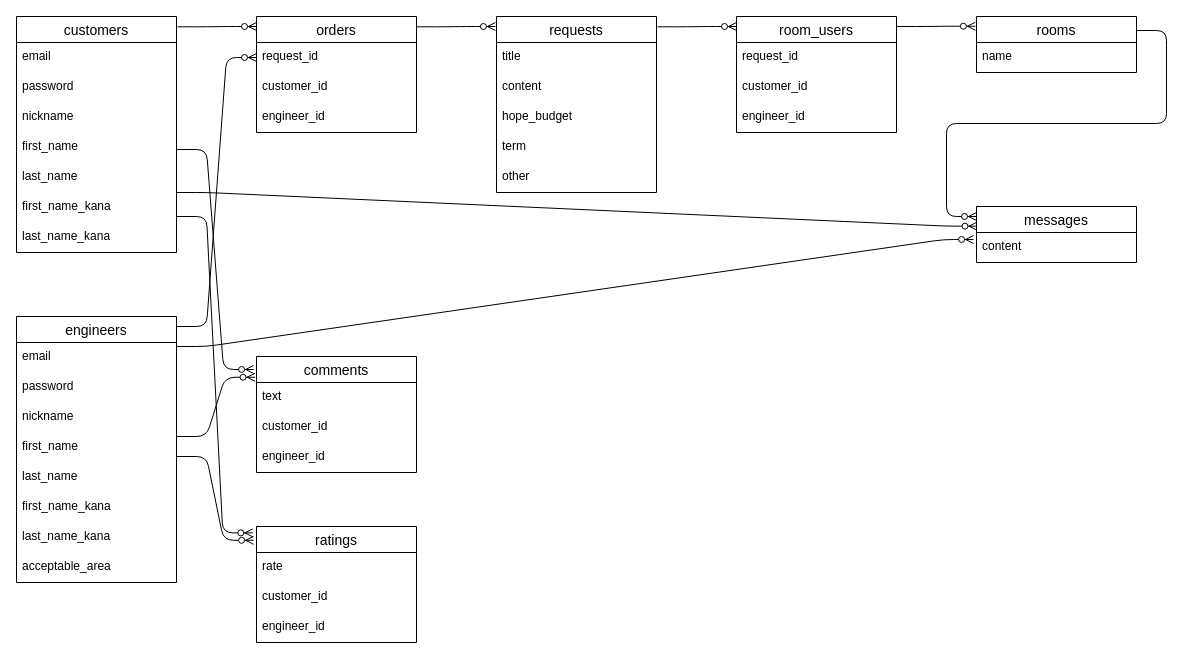
Above: er.dio in ikun2019/exece_bridge (draw.io), before the change. Source tidied: cells renumbered, new cells numbered last; positions are measured from the earlier drawing's top-left corner, leaving out a move shared by most shapes. Both pictures are drawn from the tidied source at 100%, with x=0, y=0 at pixel (16, 16).
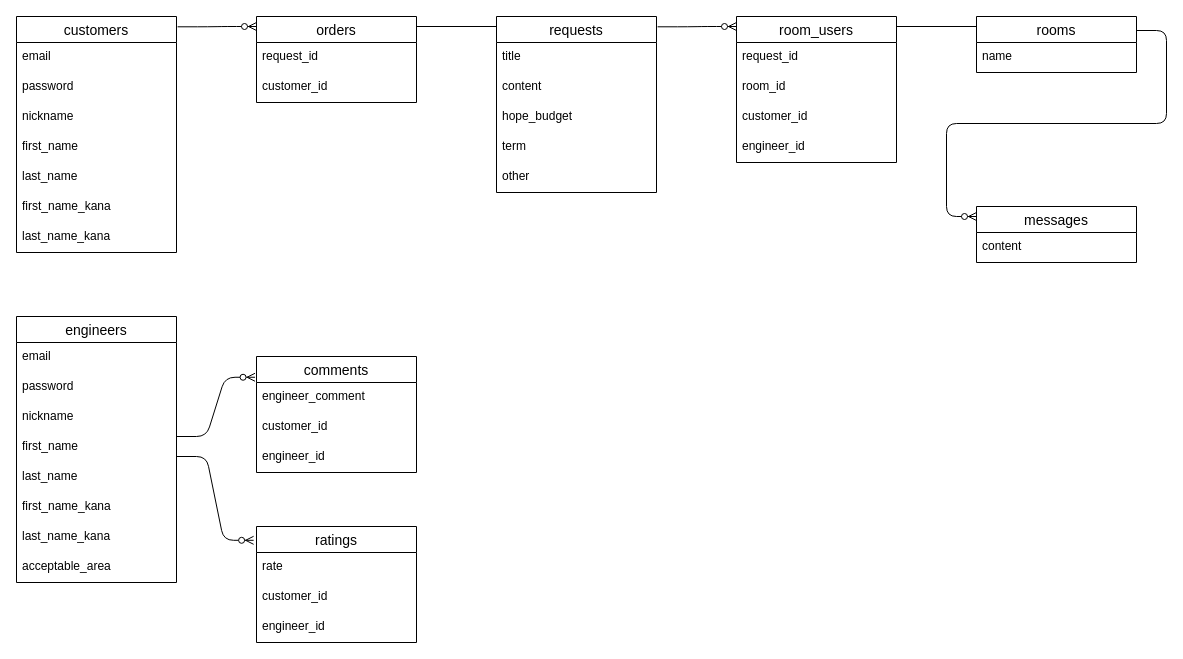
After the change.

Commit message (it also covers changes not shown here):
readmeの作成とER図の修正

Unchanged cells that the change refers to:
```xml
<mxCell id="19" value="ratings" style="swimlane;fontStyle=0;horizontal=1;startSize=26;align=center;fontSize=14;" parent="1" vertex="1">
  <mxGeometry x="240" y="510" width="160" height="116" as="geometry" />
</mxCell>
<mxCell id="24" value="comments" style="swimlane;fontStyle=0;horizontal=1;startSize=26;align=center;fontSize=14;" parent="1" vertex="1">
  <mxGeometry x="240" y="340" width="160" height="116" as="geometry" />
</mxCell>
<mxCell id="39" value="rooms" style="swimlane;fontStyle=0;horizontal=1;startSize=26;align=center;fontSize=14;" parent="1" vertex="1">
  <mxGeometry x="960" width="160" height="56" as="geometry" />
</mxCell>
<mxCell id="44" value="messages" style="swimlane;fontStyle=0;horizontal=1;startSize=26;align=center;fontSize=14;" parent="1" vertex="1">
  <mxGeometry x="960" y="190" width="160" height="56" as="geometry" />
</mxCell>
<mxCell id="45" value="content" style="text;strokeColor=none;fillColor=none;spacingLeft=4;spacingRight=4;overflow=hidden;points=[[0,0.5],[1,0.5]];portConstraint=eastwest;fontSize=12;" parent="44" vertex="1">
  <mxGeometry y="26" width="160" height="30" as="geometry" />
</mxCell>
<mxCell id="48" value="request_id" style="text;strokeColor=none;fillColor=none;spacingLeft=4;spacingRight=4;overflow=hidden;points=[[0,0.5],[1,0.5]];portConstraint=eastwest;fontSize=12;" parent="47" vertex="1">
  <mxGeometry y="26" width="160" height="30" as="geometry" />
</mxCell>
```

What changed in the source:
```diff
@@
-    <mxCell id="25" value="text" style="text;strokeColor=none;fillColor=none;spacingLeft=4;spacingRight=4;overflow=hidden;fontSize=12;" parent="24" vertex="1">
+    <mxCell id="25" value="engineer_comment" style="text;strokeColor=none;fillColor=none;spacingLeft=4;spacingRight=4;overflow=hidden;fontSize=12;" parent="24" vertex="1">
       <mxGeometry y="26" width="160" height="30" as="geometry" />
     </mxCell>
@@
     <mxCell id="35" value="room_users" style="swimlane;fontStyle=0;horizontal=1;startSize=26;align=center;fontSize=14;" parent="1" vertex="1">
-      <mxGeometry x="720" width="160" height="116" as="geometry" />
+      <mxGeometry x="720" width="160" height="146" as="geometry" />
     </mxCell>
@@
+    <mxCell id="57" value="room_id" style="text;strokeColor=none;fillColor=none;spacingLeft=4;spacingRight=4;overflow=hidden;fontSize=12;" parent="35" vertex="1">
+      <mxGeometry y="56" width="160" height="30" as="geometry" />
+    </mxCell>
     <mxCell id="37" value="customer_id" style="text;strokeColor=none;fillColor=none;spacingLeft=4;spacingRight=4;overflow=hidden;fontSize=12;" parent="35" vertex="1">
-      <mxGeometry y="56" width="160" height="30" as="geometry" />
+      <mxGeometry y="86" width="160" height="30" as="geometry" />
     </mxCell>
     <mxCell id="38" value="engineer_id" style="text;strokeColor=none;fillColor=none;spacingLeft=4;spacingRight=4;overflow=hidden;fontSize=12;" parent="35" vertex="1">
-      <mxGeometry y="86" width="160" height="30" as="geometry" />
+      <mxGeometry y="116" width="160" height="30" as="geometry" />
     </mxCell>
@@
-    <mxCell id="41" style="edgeStyle=entityRelationEdgeStyle;fontSize=12;html=1;endArrow=ERzeroToMany;endFill=1;entryX=-0.007;entryY=0.174;entryDx=0;entryDy=0;entryPerimeter=0;" parent="1" edge="1" target="39">
-      <mxGeometry relative="1" as="geometry">
-        <mxPoint x="880" y="10" as="sourcePoint" />
-      </mxGeometry>
-    </mxCell>
@@
     <mxCell id="47" value="orders" style="swimlane;fontStyle=0;horizontal=1;startSize=26;align=center;fontSize=14;" parent="1" vertex="1">
-      <mxGeometry x="240" width="160" height="116" as="geometry" />
+      <mxGeometry x="240" width="160" height="86" as="geometry" />
     </mxCell>
@@
-    <mxCell id="50" value="engineer_id" style="text;strokeColor=none;fillColor=none;spacingLeft=4;spacingRight=4;overflow=hidden;fontSize=12;" parent="47" vertex="1">
-      <mxGeometry y="86" width="160" height="30" as="geometry" />
-    </mxCell>
-    <mxCell id="51" style="edgeStyle=entityRelationEdgeStyle;fontSize=12;html=1;endArrow=ERzeroToMany;endFill=1;entryX=-0.007;entryY=0.174;entryDx=0;entryDy=0;entryPerimeter=0;" parent="1" edge="1">
-      <mxGeometry relative="1" as="geometry">
-        <mxPoint x="400" y="10.3" as="sourcePoint" />
-        <mxPoint x="478.9" y="10" as="targetPoint" />
-      </mxGeometry>
-    </mxCell>
-    <mxCell id="52" style="edgeStyle=entityRelationEdgeStyle;fontSize=12;html=1;endArrow=ERzeroToMany;endFill=1;entryX=0;entryY=0.5;entryDx=0;entryDy=0;" parent="1" edge="1" target="48">
-      <mxGeometry relative="1" as="geometry">
-        <mxPoint x="160" y="310" as="sourcePoint" />
-      </mxGeometry>
-    </mxCell>
-    <mxCell id="53" style="edgeStyle=entityRelationEdgeStyle;fontSize=12;html=1;endArrow=ERzeroToMany;endFill=1;entryX=-0.018;entryY=0.112;entryDx=0;entryDy=0;entryPerimeter=0;" parent="1" edge="1" target="24">
-      <mxGeometry relative="1" as="geometry">
-        <mxPoint x="160" y="133" as="sourcePoint" />
-      </mxGeometry>
-    </mxCell>
-    <mxCell id="54" style="edgeStyle=entityRelationEdgeStyle;fontSize=12;html=1;endArrow=ERzeroToMany;endFill=1;entryX=-0.023;entryY=0.055;entryDx=0;entryDy=0;entryPerimeter=0;" parent="1" edge="1" target="19">
-      <mxGeometry relative="1" as="geometry">
-        <mxPoint x="160" y="200" as="sourcePoint" />
-      </mxGeometry>
-    </mxCell>
-    <mxCell id="55" style="edgeStyle=entityRelationEdgeStyle;fontSize=12;html=1;endArrow=ERzeroToMany;endFill=1;entryX=0.003;entryY=0.351;entryDx=0;entryDy=0;entryPerimeter=0;" parent="1" edge="1" target="44">
-      <mxGeometry relative="1" as="geometry">
-        <mxPoint x="160" y="176" as="sourcePoint" />
-      </mxGeometry>
-    </mxCell>
-    <mxCell id="56" style="edgeStyle=entityRelationEdgeStyle;fontSize=12;html=1;endArrow=ERzeroToMany;endFill=1;entryX=-0.018;entryY=0.233;entryDx=0;entryDy=0;entryPerimeter=0;" parent="1" edge="1" target="45">
-      <mxGeometry relative="1" as="geometry">
-        <mxPoint x="160" y="330" as="sourcePoint" />
-      </mxGeometry>
-    </mxCell>
+    <mxCell id="58" style="endArrow=none;html=1;rounded=0;" parent="1" edge="1">
+      <mxGeometry relative="1" as="geometry">
+        <mxPoint x="400" y="10" as="sourcePoint" />
+        <mxPoint x="480" y="10" as="targetPoint" />
+      </mxGeometry>
+    </mxCell>
+    <mxCell id="59" style="endArrow=none;html=1;rounded=0;" parent="1" edge="1">
+      <mxGeometry relative="1" as="geometry">
+        <mxPoint x="880" y="10" as="sourcePoint" />
+        <mxPoint x="960" y="10" as="targetPoint" />
+      </mxGeometry>
+    </mxCell>
```
